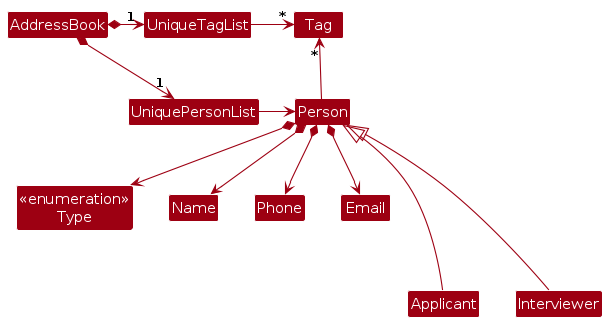
Before: diagrams/BetterModelClassDiagram.png, a diagram exported from PlantUML (AY2324S2-CS2103T-F11-3/tp). Its source is kept beside it as diagrams/BetterModelClassDiagram.puml.
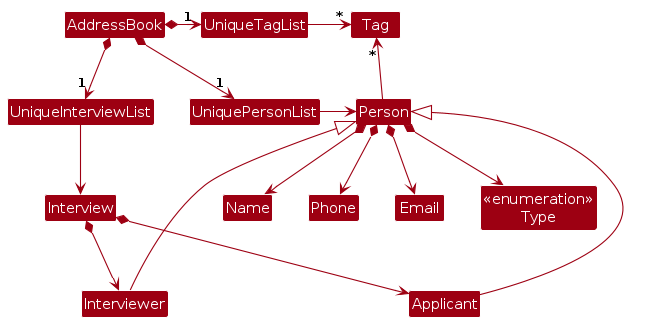
After the change.

Diff of the diagram source:
```diff
@@ -7,12 +7,14 @@
 Enum "<<enumeration>>\nType" as Type
 
 AddressBook *-right-> "1" UniquePersonList
+AddressBook *-right-> "1" UniqueInterviewList
 AddressBook *-right-> "1" UniqueTagList
 UniqueTagList -[hidden]down- UniquePersonList
 UniqueTagList -[hidden]down- UniquePersonList
 
 UniqueTagList -right-> "*" Tag
 UniquePersonList -right-> Person
+UniqueInterviewList -right-> Interview
 
 Person -up-> "*" Tag
 
@@ -21,6 +23,9 @@
 Person *--> Email
 Person *--> Type
 
+Interview *--> Interviewer
+Interview *--> Applicant
+
 Applicant -up--|>Person
 Interviewer -up--|>Person
 @enduml
```
